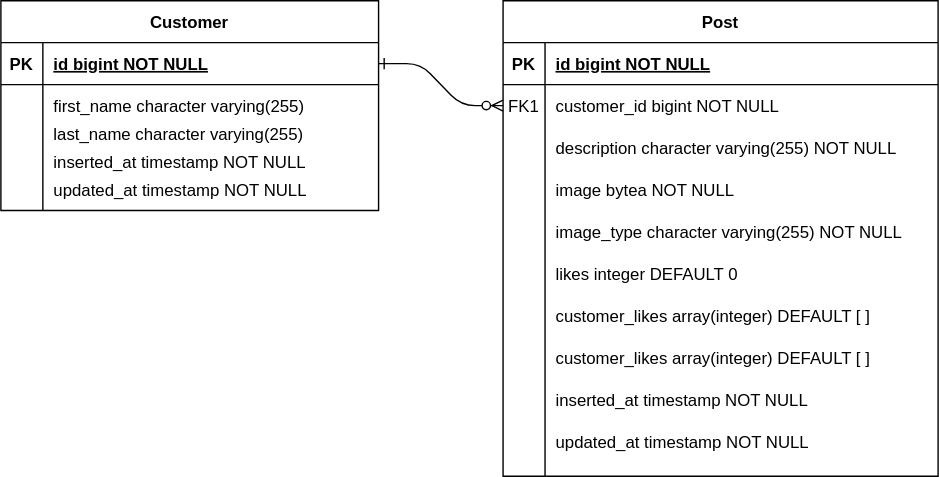
Earlier version of the draw.io export utils/database_schema.svg (IvaanEr/minig). Source tidied: cells renumbered, new cells last; positions are measured from the earlier drawing's top-left corner, leaving out a move shared by most shapes. The source it was exported from:
```xml
<mxGraphModel>
  <root>
    <mxCell id="0" />
    <mxCell id="1" parent="0" />
    <mxCell id="2" style="edgeStyle=entityRelationEdgeStyle;endArrow=ERzeroToMany;startArrow=ERone;endFill=1;startFill=0;" parent="1" edge="1" source="14" target="7">
      <mxGeometry relative="1" as="geometry" />
    </mxCell>
    <mxCell id="3" value="Post" style="shape=table;startSize=30;rowLines=0;fontStyle=1;align=center;" parent="1" vertex="1">
      <mxGeometry x="359" width="311" height="340" as="geometry" />
    </mxCell>
    <mxCell id="4" style="shape=partialRectangle;fillColor=none;top=0;left=0;right=0;bottom=1;" parent="3" vertex="1">
      <mxGeometry y="30" width="311" height="30" as="geometry" />
    </mxCell>
    <mxCell id="5" value="PK" style="shape=partialRectangle;overflow=hidden;fillColor=none;top=0;left=0;bottom=0;right=0;fontStyle=1;" parent="4" vertex="1">
      <mxGeometry width="30" height="30" as="geometry" />
    </mxCell>
    <mxCell id="6" value="id bigint NOT NULL " style="shape=partialRectangle;overflow=hidden;fillColor=none;top=0;left=0;bottom=0;right=0;align=left;spacingLeft=6;fontStyle=5;" parent="4" vertex="1">
      <mxGeometry x="30" width="281" height="30" as="geometry" />
    </mxCell>
    <mxCell id="7" style="shape=partialRectangle;fillColor=none;points=[[0,0.5],[1,0.5]];portConstraint=eastwest;top=0;left=0;right=0;bottom=0;" parent="3" vertex="1">
      <mxGeometry y="60" width="311" height="30" as="geometry" />
    </mxCell>
    <mxCell id="8" value="FK1" style="shape=partialRectangle;overflow=hidden;fillColor=none;top=0;left=0;bottom=0;right=0;" parent="7" vertex="1">
      <mxGeometry width="30" height="30" as="geometry" />
    </mxCell>
    <mxCell id="9" value="customer_id bigint NOT NULL" style="shape=partialRectangle;overflow=hidden;fillColor=none;top=0;left=0;bottom=0;right=0;align=left;spacingLeft=6;" parent="7" vertex="1">
      <mxGeometry x="30" width="281" height="30" as="geometry" />
    </mxCell>
    <mxCell id="10" style="shape=partialRectangle;fillColor=none;top=0;left=0;right=0;bottom=0;" parent="3" vertex="1">
      <mxGeometry y="90" width="311" height="30" as="geometry" />
    </mxCell>
    <mxCell id="11" style="shape=partialRectangle;overflow=hidden;fillColor=none;top=0;left=0;bottom=0;right=0;" parent="10" vertex="1">
      <mxGeometry width="30" height="30" as="geometry" />
    </mxCell>
    <mxCell id="12" value="description character varying(255) NOT NULL" style="shape=partialRectangle;overflow=hidden;fillColor=none;top=0;left=0;bottom=0;right=0;align=left;spacingLeft=6;" parent="10" vertex="1">
      <mxGeometry x="30" width="281" height="30" as="geometry" />
    </mxCell>
    <mxCell id="13" value="Customer" style="shape=table;startSize=30;rowLines=0;fontStyle=1;align=center;" parent="1" vertex="1">
      <mxGeometry width="270" height="150" as="geometry" />
    </mxCell>
    <mxCell id="14" style="shape=partialRectangle;fillColor=none;points=[[0,0.5],[1,0.5]];portConstraint=eastwest;top=0;left=0;right=0;bottom=1;" parent="13" vertex="1">
      <mxGeometry y="30" width="270" height="30" as="geometry" />
    </mxCell>
    <mxCell id="15" value="PK" style="shape=partialRectangle;overflow=hidden;fillColor=none;top=0;left=0;bottom=0;right=0;fontStyle=1;" parent="14" vertex="1">
      <mxGeometry width="30" height="30" as="geometry" />
    </mxCell>
    <mxCell id="16" value="id bigint NOT NULL " style="shape=partialRectangle;overflow=hidden;fillColor=none;top=0;left=0;bottom=0;right=0;align=left;spacingLeft=6;fontStyle=5;" parent="14" vertex="1">
      <mxGeometry x="30" width="240" height="30" as="geometry" />
    </mxCell>
    <mxCell id="17" style="shape=partialRectangle;fillColor=none;top=0;left=0;right=0;bottom=0;" parent="13" vertex="1">
      <mxGeometry y="60" width="270" height="30" as="geometry" />
    </mxCell>
    <mxCell id="18" style="shape=partialRectangle;overflow=hidden;fillColor=none;top=0;left=0;bottom=0;right=0;" parent="17" vertex="1">
      <mxGeometry width="30" height="30" as="geometry" />
    </mxCell>
    <mxCell id="19" value="first_name character varying(255)" style="shape=partialRectangle;overflow=hidden;fillColor=none;top=0;left=0;bottom=0;right=0;align=left;spacingLeft=6;" parent="17" vertex="1">
      <mxGeometry x="30" width="240" height="30" as="geometry" />
    </mxCell>
    <mxCell id="20" value="last_name character varying(255)" style="shape=partialRectangle;overflow=hidden;fillColor=none;top=0;left=0;bottom=0;right=0;align=left;spacingLeft=6;" parent="1" vertex="1">
      <mxGeometry x="30" y="80" width="240" height="30" as="geometry" />
    </mxCell>
    <mxCell id="21" value="inserted_at timestamp NOT NULL" style="shape=partialRectangle;overflow=hidden;fillColor=none;top=0;left=0;bottom=0;right=0;align=left;spacingLeft=6;" parent="1" vertex="1">
      <mxGeometry x="30" y="100" width="240" height="30" as="geometry" />
    </mxCell>
    <mxCell id="22" value="updated_at timestamp NOT NULL" style="shape=partialRectangle;overflow=hidden;fillColor=none;top=0;left=0;bottom=0;right=0;align=left;spacingLeft=6;" parent="1" vertex="1">
      <mxGeometry x="30" y="120" width="240" height="30" as="geometry" />
    </mxCell>
    <mxCell id="23" value="image bytea NOT NULL" style="shape=partialRectangle;overflow=hidden;fillColor=none;top=0;left=0;bottom=0;right=0;align=left;spacingLeft=6;" parent="1" vertex="1">
      <mxGeometry x="389" y="120" width="281" height="30" as="geometry" />
    </mxCell>
    <mxCell id="24" value="image_type character varying(255) NOT NULL" style="shape=partialRectangle;overflow=hidden;fillColor=none;top=0;left=0;bottom=0;right=0;align=left;spacingLeft=6;" parent="1" vertex="1">
      <mxGeometry x="389" y="150" width="281" height="30" as="geometry" />
    </mxCell>
    <mxCell id="25" value="likes integer DEFAULT 0" style="shape=partialRectangle;overflow=hidden;fillColor=none;top=0;left=0;bottom=0;right=0;align=left;spacingLeft=6;" parent="1" vertex="1">
      <mxGeometry x="389" y="180" width="281" height="30" as="geometry" />
    </mxCell>
    <mxCell id="26" value="customer_likes array(integer) DEFAULT [ ]" style="shape=partialRectangle;overflow=hidden;fillColor=none;top=0;left=0;bottom=0;right=0;align=left;spacingLeft=6;" parent="1" vertex="1">
      <mxGeometry x="389" y="210" width="281" height="30" as="geometry" />
    </mxCell>
    <mxCell id="27" value="customer_likes array(integer) DEFAULT [ ]" style="shape=partialRectangle;overflow=hidden;fillColor=none;top=0;left=0;bottom=0;right=0;align=left;spacingLeft=6;" parent="1" vertex="1">
      <mxGeometry x="389" y="240" width="281" height="30" as="geometry" />
    </mxCell>
    <mxCell id="28" value="updated_at timestamp NOT NULL" style="shape=partialRectangle;overflow=hidden;fillColor=none;top=0;left=0;bottom=0;right=0;align=left;spacingLeft=6;" parent="1" vertex="1">
      <mxGeometry x="389" y="300" width="281" height="30" as="geometry" />
    </mxCell>
    <mxCell id="29" value="inserted_at timestamp NOT NULL" style="shape=partialRectangle;overflow=hidden;fillColor=none;top=0;left=0;bottom=0;right=0;align=left;spacingLeft=6;" parent="1" vertex="1">
      <mxGeometry x="389" y="270" width="281" height="30" as="geometry" />
    </mxCell>
  </root>
</mxGraphModel>
```
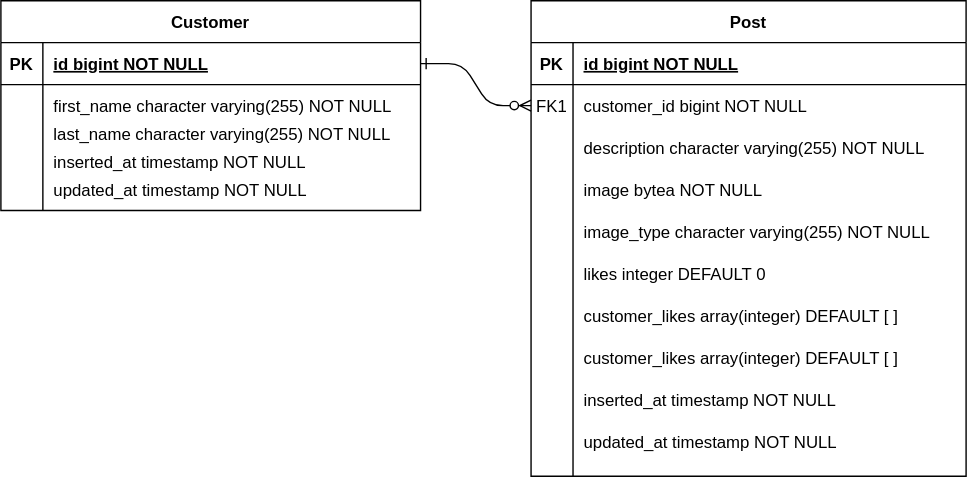
The same file after the commit.

Commit message:
Update database_schema in docs :sparkles:

Change to the diagram source:
```diff
@@ -36,34 +36,34 @@
       <mxGeometry x="30" width="281" height="30" as="geometry" />
     </mxCell>
     <mxCell id="13" value="Customer" style="shape=table;startSize=30;rowLines=0;fontStyle=1;align=center;" parent="1" vertex="1">
-      <mxGeometry width="270" height="150" as="geometry" />
+      <mxGeometry x="-20" width="300" height="150" as="geometry" />
     </mxCell>
     <mxCell id="14" style="shape=partialRectangle;fillColor=none;points=[[0,0.5],[1,0.5]];portConstraint=eastwest;top=0;left=0;right=0;bottom=1;" parent="13" vertex="1">
-      <mxGeometry y="30" width="270" height="30" as="geometry" />
+      <mxGeometry y="30" width="300" height="30" as="geometry" />
     </mxCell>
     <mxCell id="15" value="PK" style="shape=partialRectangle;overflow=hidden;fillColor=none;top=0;left=0;bottom=0;right=0;fontStyle=1;" parent="14" vertex="1">
       <mxGeometry width="30" height="30" as="geometry" />
     </mxCell>
     <mxCell id="16" value="id bigint NOT NULL " style="shape=partialRectangle;overflow=hidden;fillColor=none;top=0;left=0;bottom=0;right=0;align=left;spacingLeft=6;fontStyle=5;" parent="14" vertex="1">
-      <mxGeometry x="30" width="240" height="30" as="geometry" />
+      <mxGeometry x="30" width="270" height="30" as="geometry" />
     </mxCell>
     <mxCell id="17" style="shape=partialRectangle;fillColor=none;top=0;left=0;right=0;bottom=0;" parent="13" vertex="1">
-      <mxGeometry y="60" width="270" height="30" as="geometry" />
+      <mxGeometry y="60" width="300" height="30" as="geometry" />
     </mxCell>
     <mxCell id="18" style="shape=partialRectangle;overflow=hidden;fillColor=none;top=0;left=0;bottom=0;right=0;" parent="17" vertex="1">
       <mxGeometry width="30" height="30" as="geometry" />
     </mxCell>
-    <mxCell id="19" value="first_name character varying(255)" style="shape=partialRectangle;overflow=hidden;fillColor=none;top=0;left=0;bottom=0;right=0;align=left;spacingLeft=6;" parent="17" vertex="1">
-      <mxGeometry x="30" width="240" height="30" as="geometry" />
+    <mxCell id="19" value="first_name character varying(255) NOT NULL" style="shape=partialRectangle;overflow=hidden;fillColor=none;top=0;left=0;bottom=0;right=0;align=left;spacingLeft=6;" parent="17" vertex="1">
+      <mxGeometry x="30" width="270" height="30" as="geometry" />
     </mxCell>
-    <mxCell id="20" value="last_name character varying(255)" style="shape=partialRectangle;overflow=hidden;fillColor=none;top=0;left=0;bottom=0;right=0;align=left;spacingLeft=6;" parent="1" vertex="1">
-      <mxGeometry x="30" y="80" width="240" height="30" as="geometry" />
+    <mxCell id="20" value="last_name character varying(255) NOT NULL" style="shape=partialRectangle;overflow=hidden;fillColor=none;top=0;left=0;bottom=0;right=0;align=left;spacingLeft=6;" parent="1" vertex="1">
+      <mxGeometry x="10" y="80" width="260" height="30" as="geometry" />
     </mxCell>
     <mxCell id="21" value="inserted_at timestamp NOT NULL" style="shape=partialRectangle;overflow=hidden;fillColor=none;top=0;left=0;bottom=0;right=0;align=left;spacingLeft=6;" parent="1" vertex="1">
-      <mxGeometry x="30" y="100" width="240" height="30" as="geometry" />
+      <mxGeometry x="10" y="100" width="240" height="30" as="geometry" />
     </mxCell>
     <mxCell id="22" value="updated_at timestamp NOT NULL" style="shape=partialRectangle;overflow=hidden;fillColor=none;top=0;left=0;bottom=0;right=0;align=left;spacingLeft=6;" parent="1" vertex="1">
-      <mxGeometry x="30" y="120" width="240" height="30" as="geometry" />
+      <mxGeometry x="10" y="120" width="240" height="30" as="geometry" />
     </mxCell>
     <mxCell id="23" value="image bytea NOT NULL" style="shape=partialRectangle;overflow=hidden;fillColor=none;top=0;left=0;bottom=0;right=0;align=left;spacingLeft=6;" parent="1" vertex="1">
       <mxGeometry x="389" y="120" width="281" height="30" as="geometry" />
```
